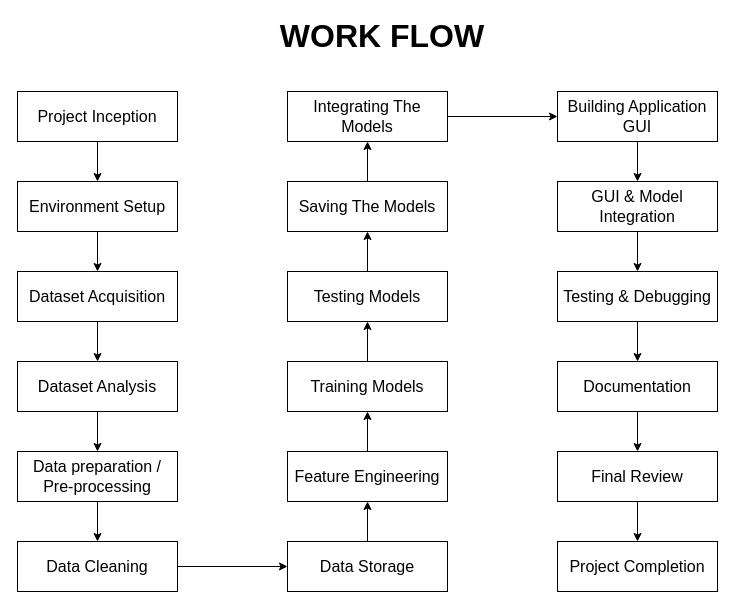
Above: Untitled Diagram.drawio in ramancodes/Diagrams (draw.io), before the change. Source tidied: cells renumbered, new cells numbered last; positions are measured from the earlier drawing's top-left corner, leaving out a move shared by most shapes. Both pictures are drawn from the tidied source at 100%, with x=0, y=0 at pixel (17, 21).
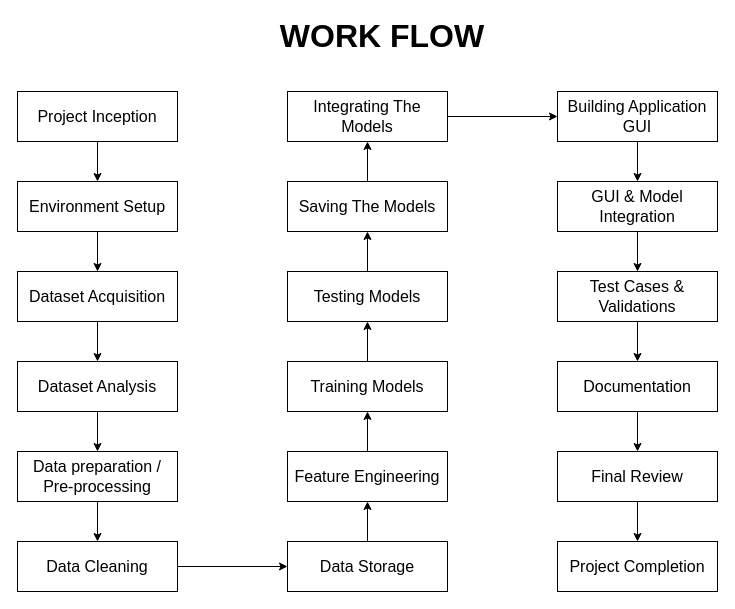
After the change.

Change to the diagram source:
```diff
@@
-    <mxCell id="15" value="&lt;span style=&quot;font-size: 16px;&quot;&gt;Testing &amp;amp; Debugging&lt;/span&gt;" style="rounded=0;whiteSpace=wrap;html=1;" parent="1" vertex="1">
+    <mxCell id="15" value="&lt;span style=&quot;font-size: 16px;&quot;&gt;Test Cases &amp;amp; Validations&lt;/span&gt;" style="rounded=0;whiteSpace=wrap;html=1;" parent="1" vertex="1">
       <mxGeometry x="540" y="250" width="160" height="50" as="geometry" />
     </mxCell>
```
